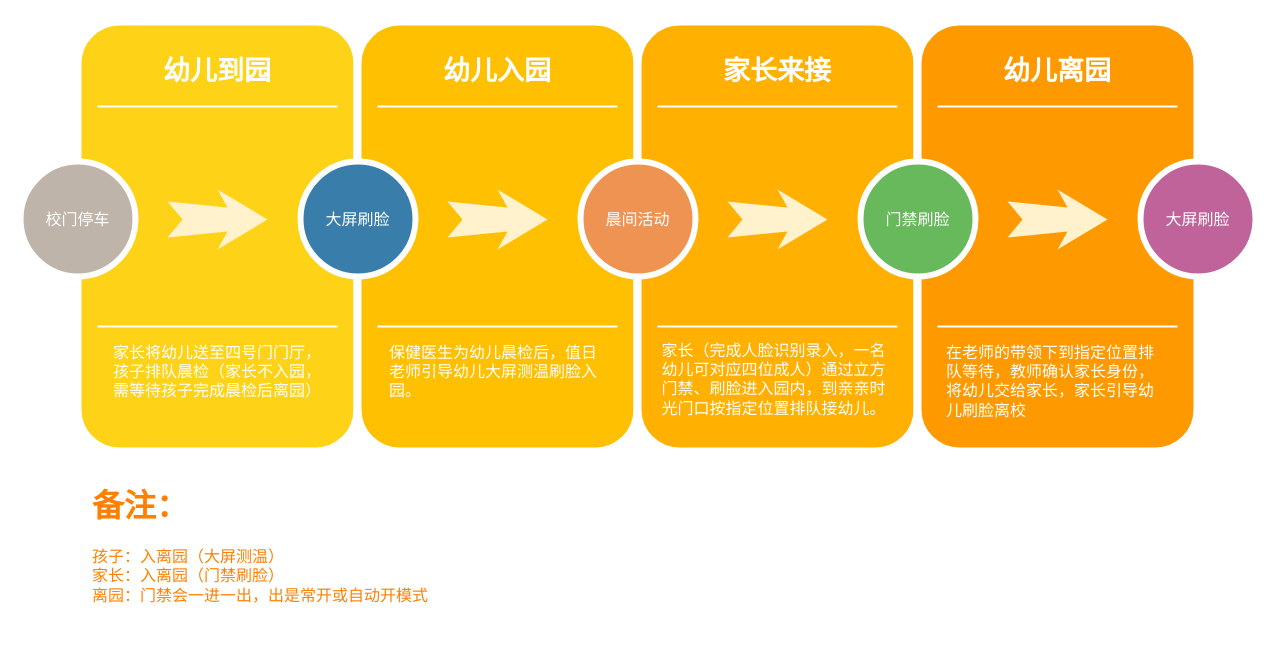
This is 云谷园区入离园方案.drawio from tidusxujun/chemao, a draw.io file, before an edit. Source tidied: cells renumbered, new cells numbered last; positions are measured from the earlier drawing's top-left corner, leaving out a move shared by most shapes. Both pictures are drawn from the tidied source at 100%, with x=0, y=0 at pixel (20, 21).
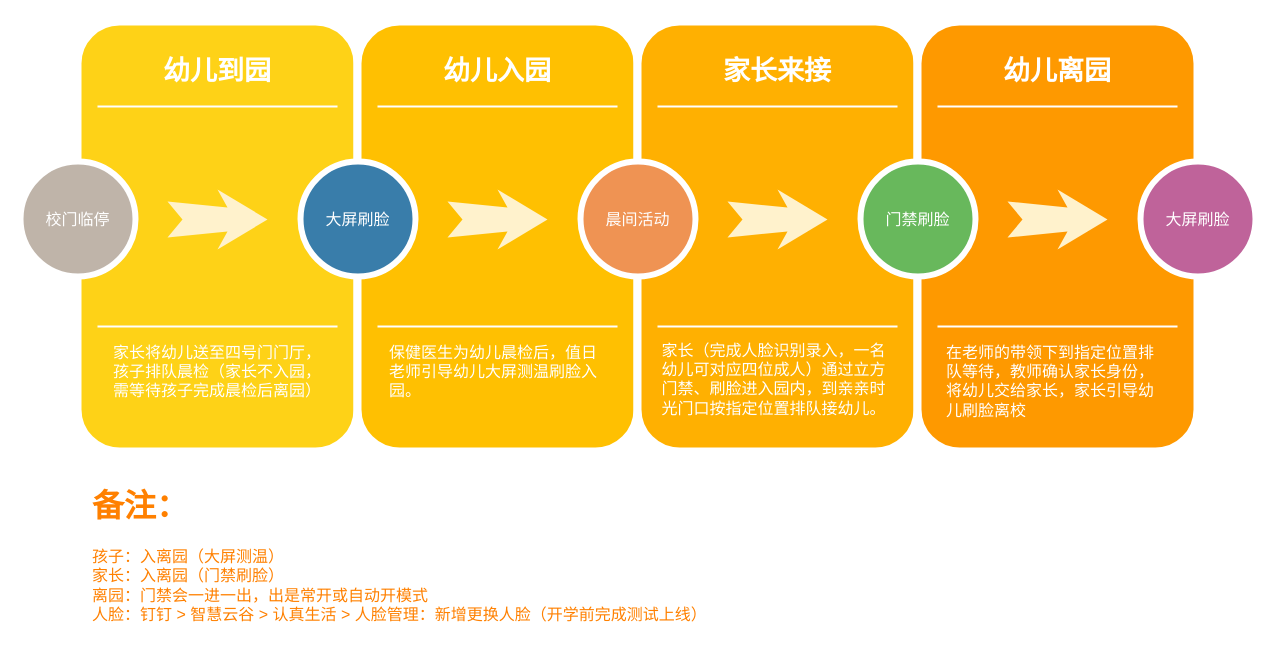
Above is the later version.

Commit message:
更新云谷园区入离园方案.drawio

The edit, as a diff of the source:
```diff
@@
-    <mxCell id="6" value="校门停车" style="ellipse;whiteSpace=wrap;html=1;rounded=0;shadow=0;strokeWidth=6;fontSize=16;align=center;fillColor=#BFB4A9;strokeColor=#FFFFFF;fontColor=#FFFFFF;" parent="1" vertex="1">
+    <mxCell id="6" value="校门临停" style="ellipse;whiteSpace=wrap;html=1;rounded=0;shadow=0;strokeWidth=6;fontSize=16;align=center;fillColor=#BFB4A9;strokeColor=#FFFFFF;fontColor=#FFFFFF;" parent="1" vertex="1">
       <mxGeometry y="140" width="115" height="115" as="geometry" />
     </mxCell>
@@
-    <mxCell id="31" value="&lt;h1&gt;备注：&lt;/h1&gt;&lt;div&gt;孩子：入离园（大屏测温）&lt;/div&gt;家长：入离&lt;span&gt;园（门禁刷脸）&lt;br&gt;离园：门禁会一进一出，出是常开或自动开模式&lt;br&gt;&lt;/span&gt;" style="text;html=1;strokeColor=none;fillColor=none;spacing=5;spacingTop=-20;whiteSpace=wrap;overflow=hidden;rounded=0;fontSize=16;align=left;fontColor=#FF8000;" parent="1" vertex="1">
-      <mxGeometry x="67" y="455" width="416" height="141" as="geometry" />
+    <mxCell id="31" value="&lt;h1&gt;备注：&lt;/h1&gt;&lt;div&gt;孩子：入离园（大屏测温）&lt;/div&gt;家长：入离&lt;span&gt;园（门禁刷脸）&lt;br&gt;离园：门禁会一进一出，出是常开或自动开模式&lt;br&gt;人脸：钉钉 &amp;gt; 智慧云谷 &amp;gt; 认真生活 &amp;gt; 人脸管理：新增更换人脸（开学前完成测试上线）&lt;br&gt;&lt;/span&gt;" style="text;html=1;strokeColor=none;fillColor=none;spacing=5;spacingTop=-20;whiteSpace=wrap;overflow=hidden;rounded=0;fontSize=16;align=left;fontColor=#FF8000;" parent="1" vertex="1">
+      <mxGeometry x="67" y="455" width="639" height="166" as="geometry" />
     </mxCell>
```
